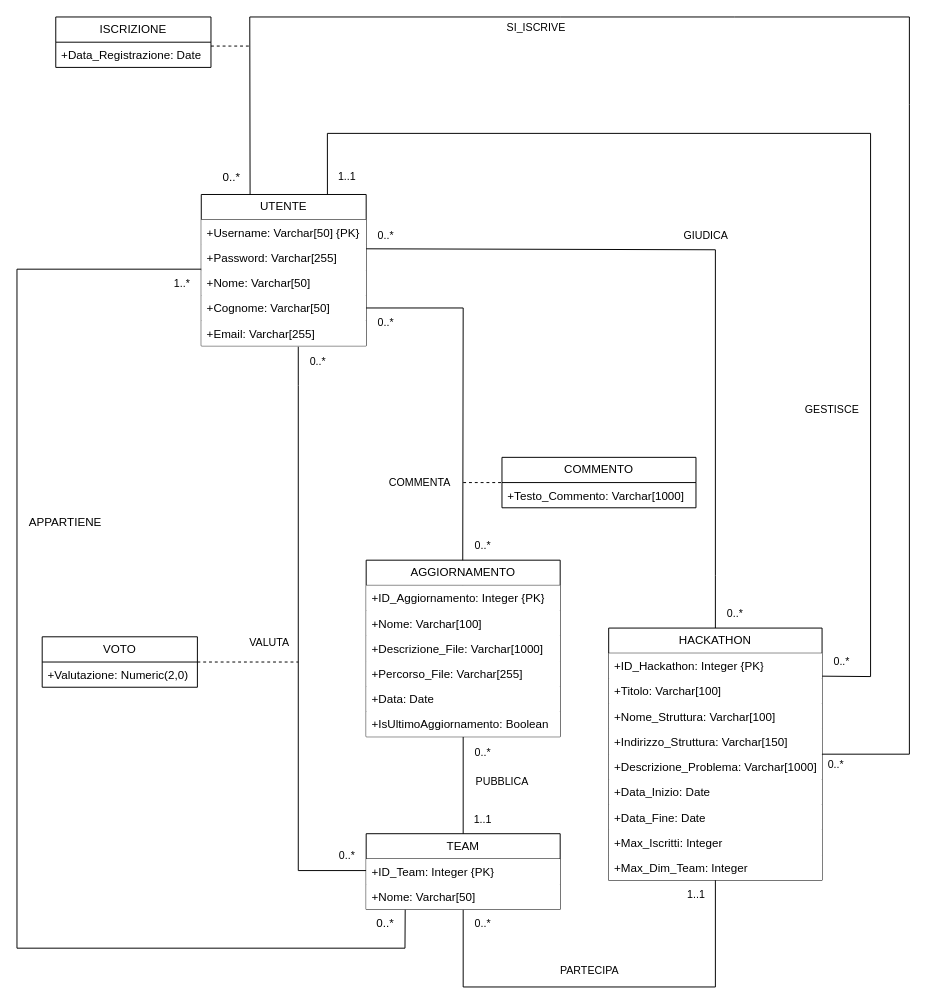
Above: Diagramma Hackathon Ristrutturato.drawio in galetizia/Progetto-DB (draw.io), before the change. Source tidied: cells renumbered, new cells numbered last; positions are measured from the earlier drawing's top-left corner, leaving out a move shared by most shapes. Both pictures are drawn from the tidied source at 97%, with x=0, y=0 at pixel (16, 16).
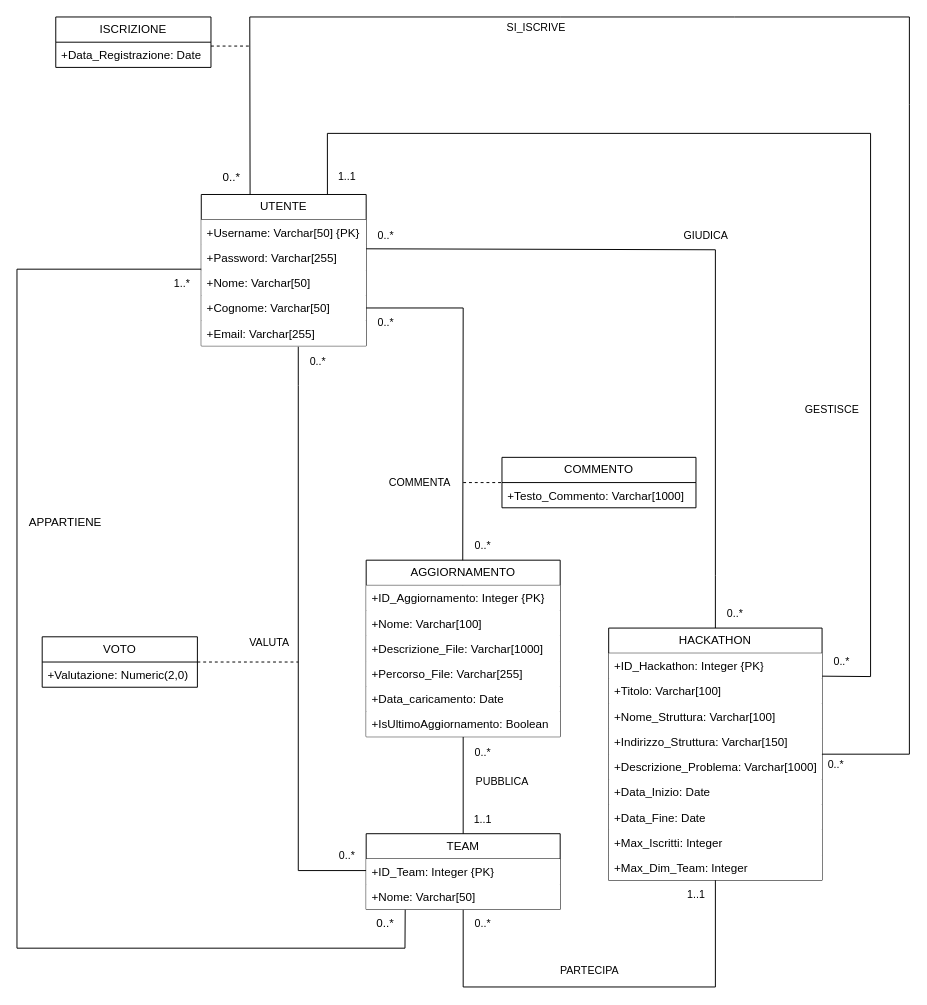
The same diagram, later.

Unchanged cells that the change refers to:
```xml
<mxCell id="27" value="AGGIORNAMENTO" style="swimlane;fontStyle=0;horizontal=1;startSize=26;fillColor=default;whiteSpace=wrap;html=1;" parent="1" vertex="1">
  <mxGeometry x="360" y="560" width="200" height="182" as="geometry" />
</mxCell>
```

Diff of the diagram source:
```diff
@@
-    <mxCell id="32" value="+Data: Date" style="text;strokeColor=none;fillColor=default;align=left;verticalAlign=top;spacingLeft=4;spacingRight=4;overflow=hidden;whiteSpace=wrap;html=1;" parent="27" vertex="1">
+    <mxCell id="32" value="+Data_caricamento: Date" style="text;strokeColor=none;fillColor=default;align=left;verticalAlign=top;spacingLeft=4;spacingRight=4;overflow=hidden;whiteSpace=wrap;html=1;" parent="27" vertex="1">
       <mxGeometry y="130" width="200" height="26" as="geometry" />
     </mxCell>
```
